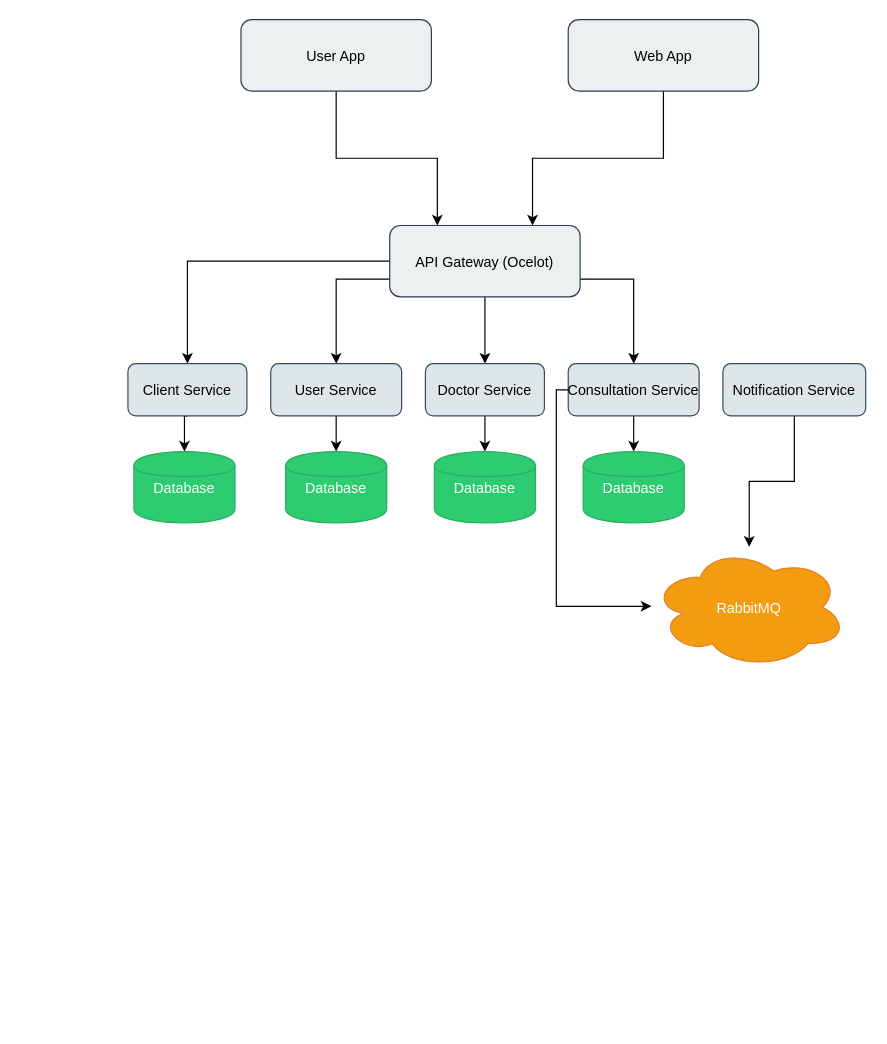
Before: mvp_architecture.drawio in natanrobertoxavier/Hackathon, a draw.io diagram. Source tidied: cells renumbered, new cells numbered last; positions are measured from the earlier drawing's top-left corner, leaving out a move shared by most shapes. Both pictures are drawn from the tidied source at 119%, with x=0, y=0 at pixel (127, 19).
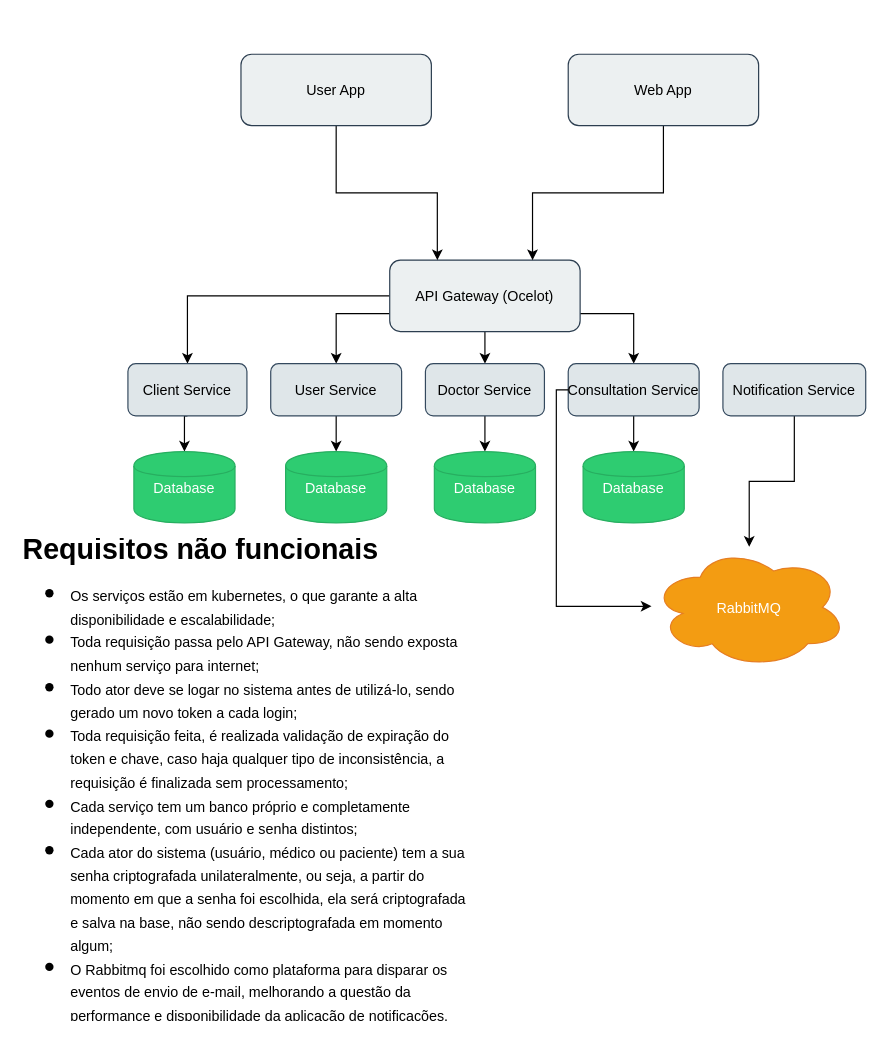
Above is the later version.

The edit, as a diff of the source:
```diff
@@
     <mxCell id="6" value="API Gateway (Ocelot)" style="rounded=1;strokeColor=#2c3e50;fillColor=#ecf0f1;" parent="1" vertex="1">
-      <mxGeometry x="220" y="173" width="160" height="60" as="geometry" />
+      <mxGeometry x="220" y="202.1" width="160" height="60" as="geometry" />
     </mxCell>
@@
     <mxCell id="24" value="User App" style="rounded=1;strokeColor=#2c3e50;fillColor=#ecf0f1;" parent="1" vertex="1">
-      <mxGeometry x="95" width="160" height="60" as="geometry" />
+      <mxGeometry x="95" y="29.1" width="160" height="60" as="geometry" />
     </mxCell>
@@
     <mxCell id="26" value="Web App" style="rounded=1;strokeColor=#2c3e50;fillColor=#ecf0f1;" parent="1" vertex="1">
-      <mxGeometry x="370" width="160" height="60" as="geometry" />
+      <mxGeometry x="370" y="29.1" width="160" height="60" as="geometry" />
     </mxCell>
+    <mxCell id="27" value="&lt;h1 style=&quot;margin-top: 0px; line-height: 80%;&quot;&gt;&lt;span style=&quot;background-color: initial;&quot;&gt;Requisitos não funcionais&lt;/span&gt;&lt;/h1&gt;&lt;h1 style=&quot;margin-top: 0px; line-height: 80%;&quot;&gt;&lt;ul style=&quot;margin-top: 1px; margin-bottom: 12px;&quot;&gt;&lt;li&gt;&lt;span style=&quot;font-size: 12px; font-weight: 400; line-height: 80%;&quot;&gt;Os serviços estão em kubernetes, o que garante a alta disponibilidade e escalabilidade;&lt;/span&gt;&lt;/li&gt;&lt;li&gt;&lt;span style=&quot;font-size: 12px; font-weight: 400; line-height: 80%;&quot;&gt;Toda requisição passa pelo API Gateway, não sendo exposta nenhum serviço para internet;&lt;/span&gt;&lt;/li&gt;&lt;li&gt;&lt;span style=&quot;font-size: 12px; font-weight: 400; line-height: 80%;&quot;&gt;Todo ator deve se logar no sistema antes de utilizá-lo, sendo gerado um novo token a cada login;&lt;/span&gt;&lt;/li&gt;&lt;li&gt;&lt;span style=&quot;font-size: 12px; font-weight: 400; line-height: 80%;&quot;&gt;Toda requisição feita, é realizada validação de expiração do token e chave, caso haja qualquer tipo de inconsistência, a requisição é finalizada sem processamento;&lt;/span&gt;&lt;/li&gt;&lt;li&gt;&lt;span style=&quot;font-size: 12px; font-weight: 400; line-height: 80%;&quot;&gt;Cada serviço tem um banco próprio e completamente independente, com usuário e senha distintos;&lt;/span&gt;&lt;/li&gt;&lt;li&gt;&lt;span style=&quot;font-size: 12px; font-weight: 400; line-height: 80%;&quot;&gt;Cada ator do sistema (usuário, médico ou paciente) tem a sua senha criptografada unilateralmente, ou seja, a partir do momento em que a senha foi escolhida, ela será criptografada e salva na base, não sendo descriptografada em momento algum;&lt;/span&gt;&lt;/li&gt;&lt;li&gt;&lt;span style=&quot;font-size: 12px; font-weight: 400; line-height: 80%;&quot;&gt;O Rabbitmq foi escolhido como plataforma para disparar os eventos de envio de e-mail, melhorando a questão da performance e disponibilidade da aplicação de notificações.&lt;/span&gt;&lt;/li&gt;&lt;/ul&gt;&lt;/h1&gt;" style="text;html=1;whiteSpace=wrap;overflow=hidden;rounded=0;" parent="1" vertex="1">
+      <mxGeometry x="-90" y="429.1" width="377.5" height="410" as="geometry" />
+    </mxCell>
```
